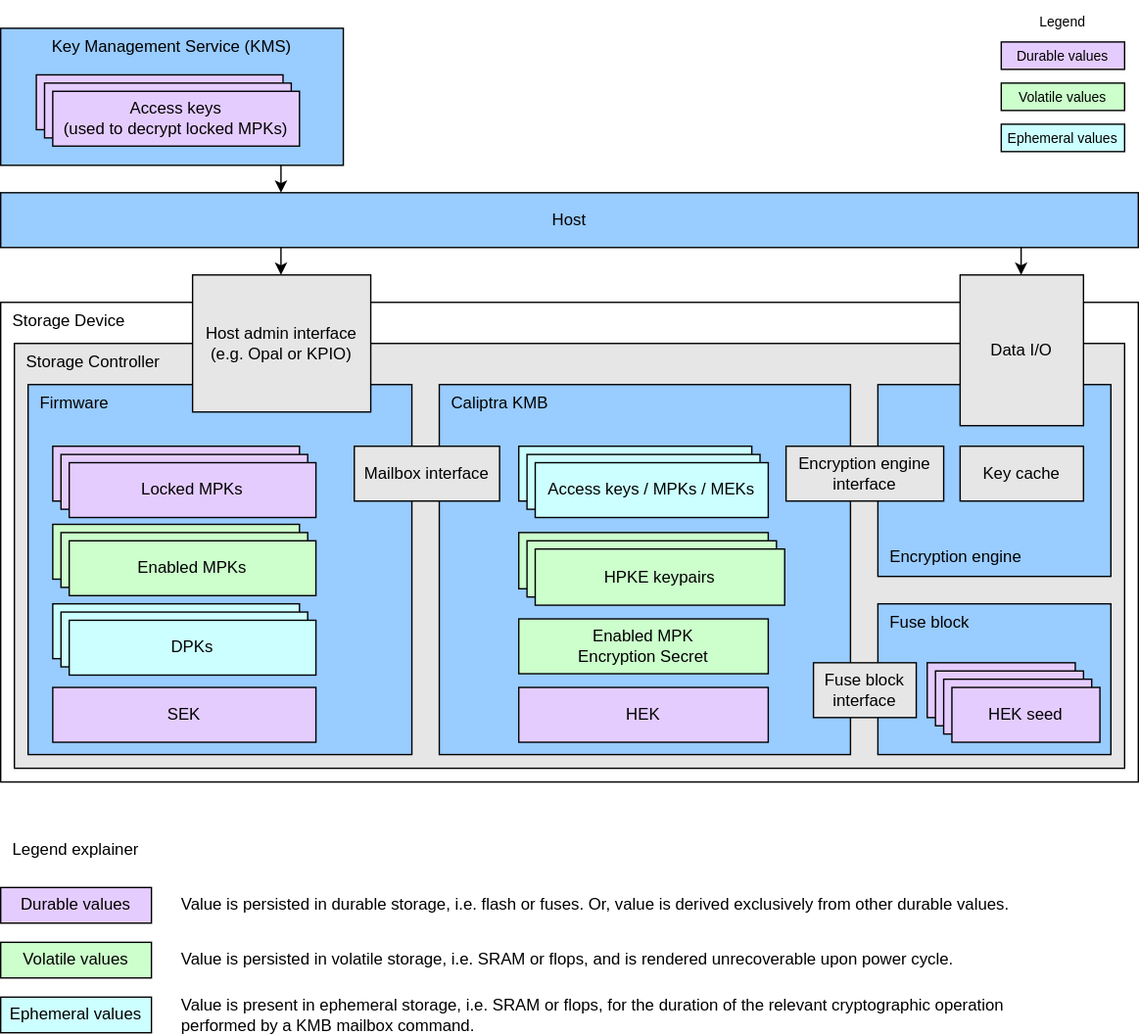
Above: doc/ocp_lock/diagrams/architecture_diagram.drawio.svg in chipsalliance/Caliptra (draw.io), before the change. Source tidied: cells renumbered, new cells last; positions are measured from the earlier drawing's top-left corner, leaving out a move shared by most shapes.
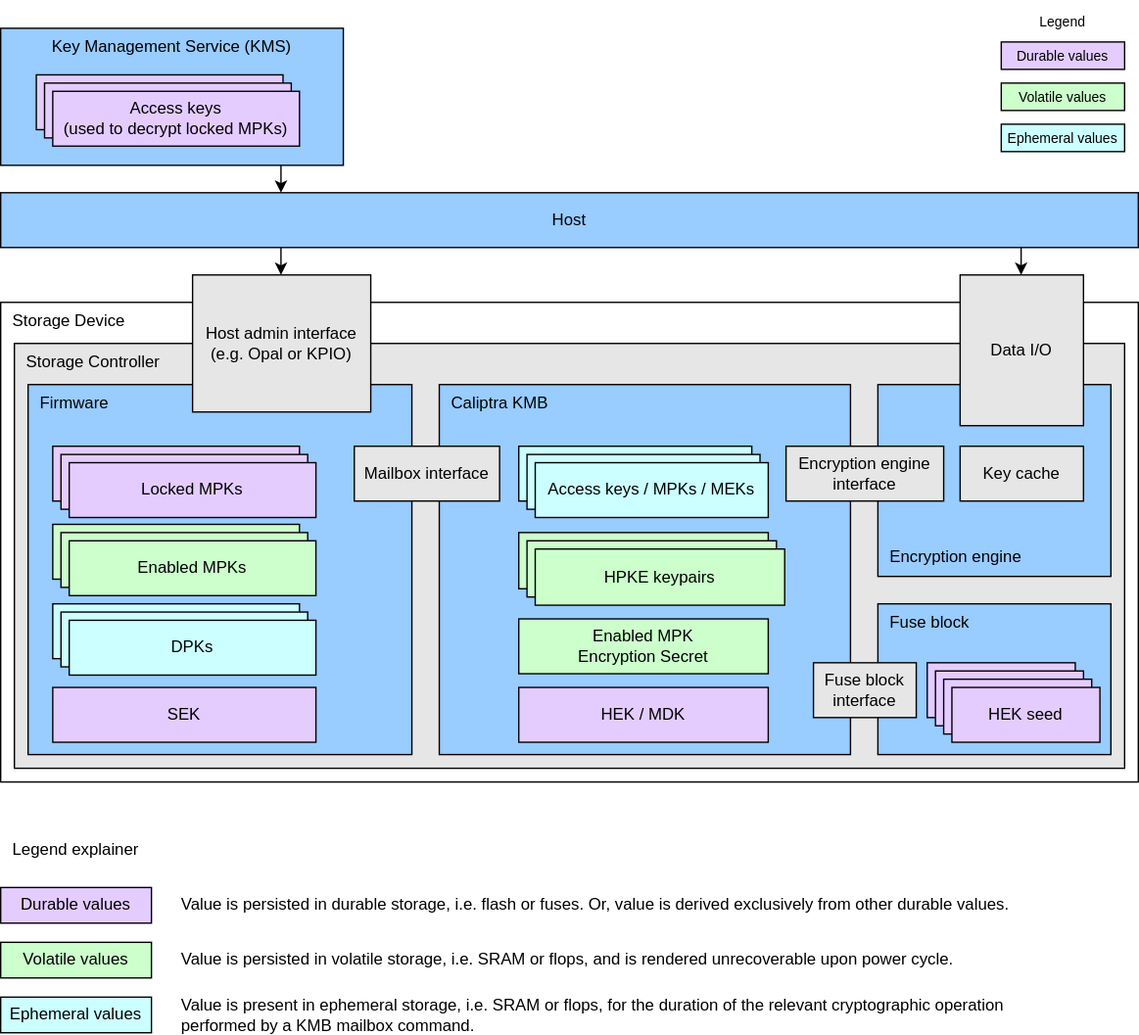
After the commit.

What changed in the source:
```diff
@@ -167,7 +167,7 @@
     <mxCell id="53" value="HPKE keypairs" style="rounded=0;whiteSpace=wrap;html=1;align=center;verticalAlign=middle;shadow=0;glass=0;spacingLeft=0;spacingBottom=0;spacingTop=0;fillColor=#CCFFCC;" parent="1" vertex="1">
       <mxGeometry x="390" y="400" width="182" height="41" as="geometry" />
     </mxCell>
-    <mxCell id="54" value="HEK" style="rounded=0;whiteSpace=wrap;html=1;align=center;verticalAlign=middle;shadow=0;glass=0;spacingLeft=0;spacingBottom=0;spacingTop=0;fillColor=#E5CCFF;" parent="1" vertex="1">
+    <mxCell id="54" value="HEK / MDK" style="rounded=0;whiteSpace=wrap;html=1;align=center;verticalAlign=middle;shadow=0;glass=0;spacingLeft=0;spacingBottom=0;spacingTop=0;fillColor=#E5CCFF;" parent="1" vertex="1">
       <mxGeometry x="378" y="501" width="182" height="40" as="geometry" />
     </mxCell>
   </root>
```
